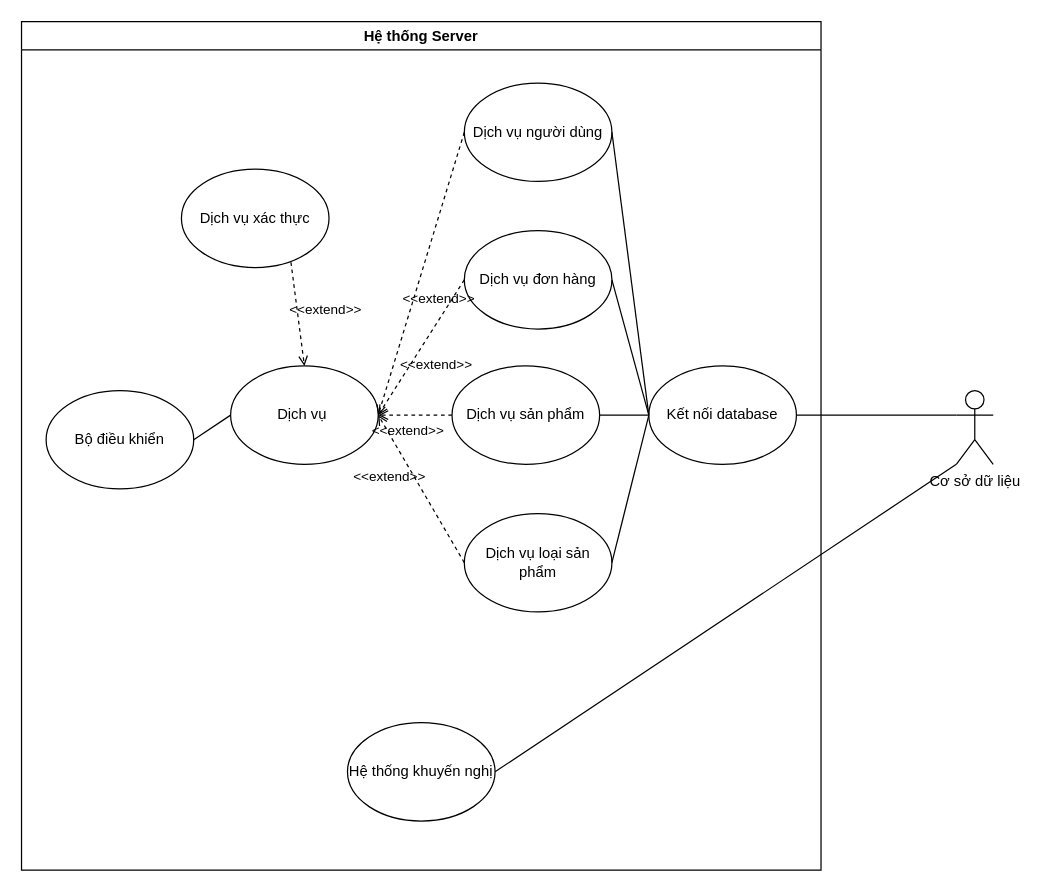
The draw.io diagram page "Use Cases Sever" (2 of 3) of Shop.drawio in yang020501/UIT-SE347-WEB, before the edit. Source tidied: cells renumbered, new cells numbered last; positions are measured from the earlier drawing's top-left corner, leaving out a move shared by most shapes. Both pictures are drawn from the tidied source at 123%, with x=0, y=0 at pixel (21, 21).
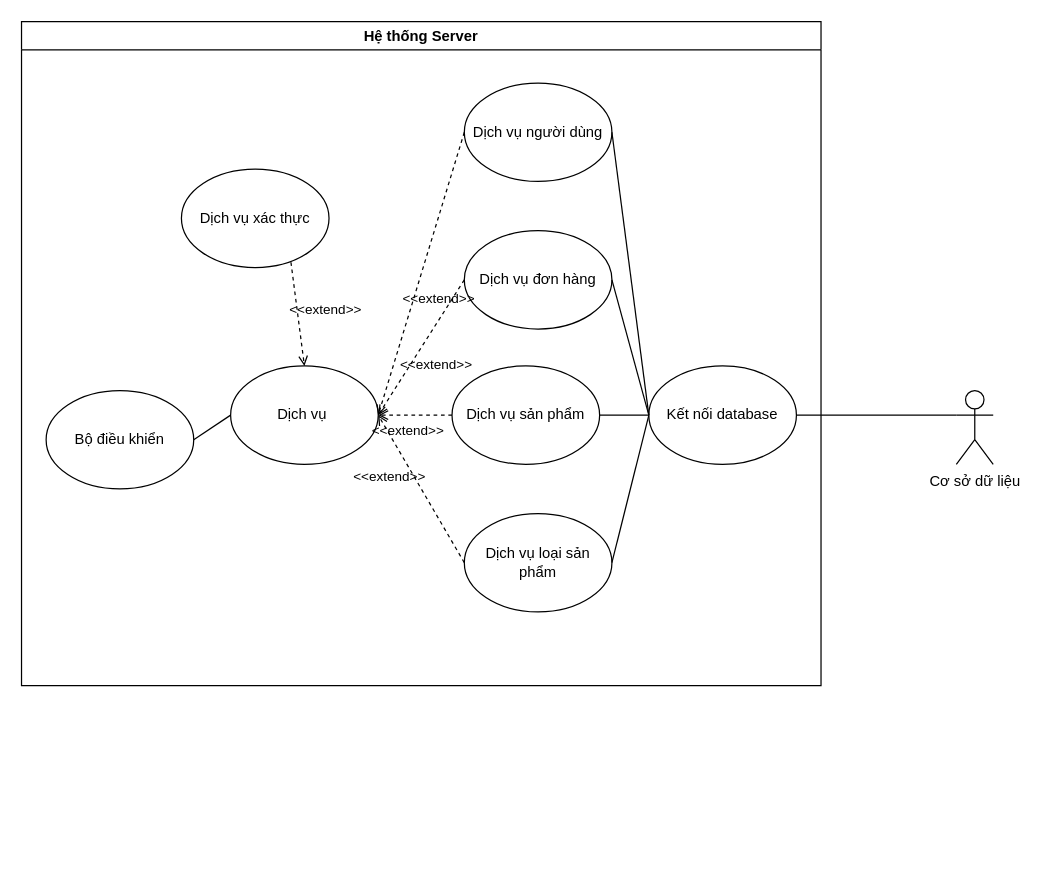
Above is the later version.

The change refers to these unchanged cells:
```xml
<mxCell id="22" value="Cơ sở dữ liệu" style="shape=umlActor;verticalLabelPosition=bottom;verticalAlign=top;html=1;outlineConnect=0;" parent="1" vertex="1">
  <mxGeometry x="760" y="300" width="30" height="60" as="geometry" />
</mxCell>
```

Change to the diagram source:
```diff
@@
     <mxCell id="2" value="Hệ thống Server" style="swimlane;" parent="1" vertex="1">
-      <mxGeometry width="650" height="690" as="geometry" />
+      <mxGeometry width="650" height="540" as="geometry" />
     </mxCell>
@@
-    <mxCell id="9" value="Hệ thống khuyến nghị" style="ellipse;whiteSpace=wrap;html=1;" parent="2" vertex="1">
-      <mxGeometry x="265" y="570" width="120" height="80" as="geometry" />
-    </mxCell>
@@
-    <mxCell id="24" style="endArrow=none;html=1;rounded=0;exitX=0;exitY=1;exitDx=0;exitDy=0;entryX=1;entryY=0.5;entryDx=0;entryDy=0;exitPerimeter=0;" parent="1" edge="1" source="22" target="9">
-      <mxGeometry relative="1" as="geometry" />
-    </mxCell>
```
